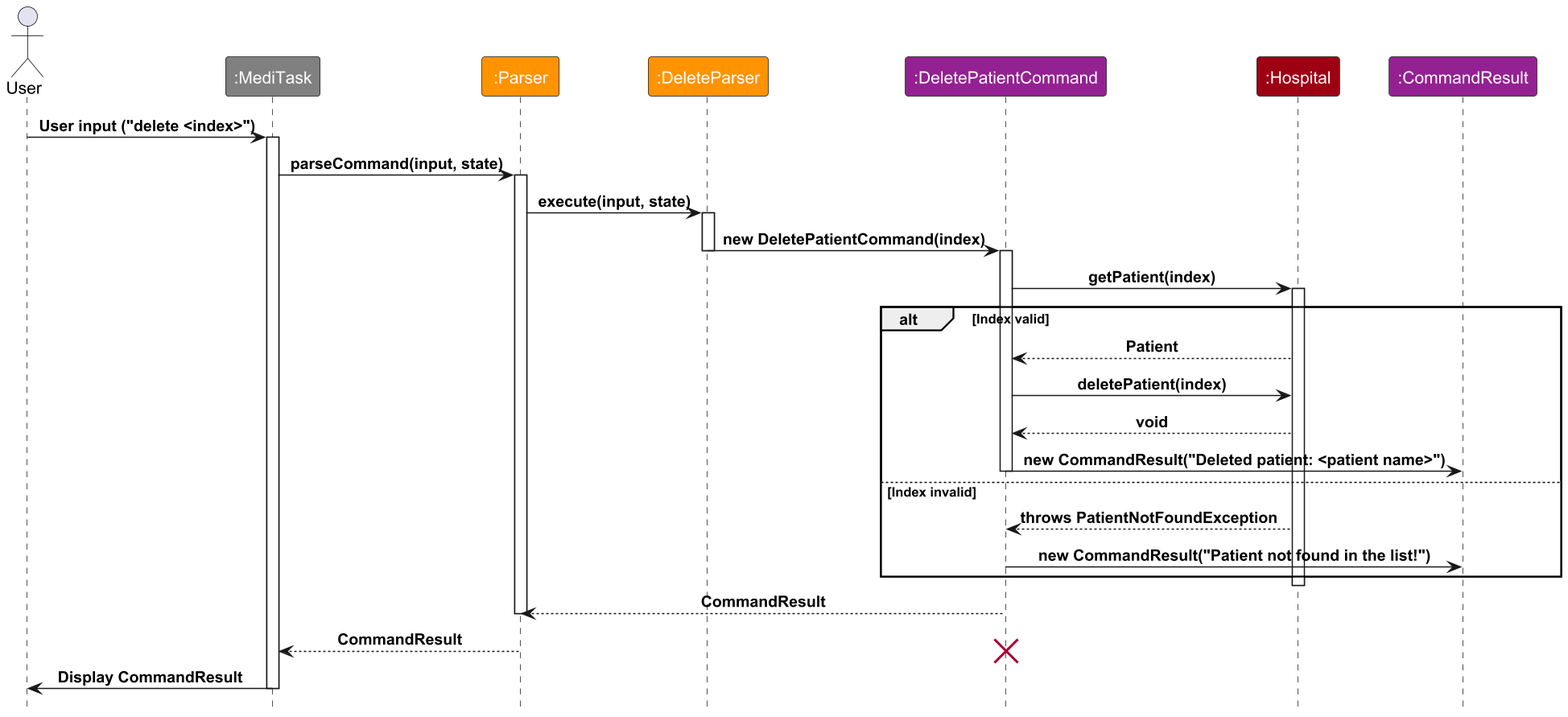
nus-cs2113-AY2425S1/tp keeps this PlantUML diagram as docs/images/DeletePatientSequenceDiagram.png. Above is the earlier version. The source it was exported from:
```plantuml
@startuml

!include style.puml
skinparam ArrowFormatStyle plain

scale 1.5

actor User
participant ":MediTask" as MediTask MAIN_COLOR
participant ":Parser" as Parser PARSER_COLOR
participant ":DeleteParser" as DeleteParser PARSER_COLOR
participant ":DeletePatientCommand" as DeletePatientCommand COMMAND_COLOR
participant ":Hospital" as Hospital DATA_COLOR
participant ":CommandResult" as CommandResult COMMAND_COLOR

User -> MediTask : User input ("delete <index>")
activate MediTask

MediTask -> Parser : parseCommand(input, state)
activate Parser

Parser -> DeleteParser : execute(input, state)
activate DeleteParser

DeleteParser -> DeletePatientCommand : new DeletePatientCommand(index)
deactivate DeleteParser
activate DeletePatientCommand

DeletePatientCommand -> Hospital : getPatient(index)
activate Hospital

alt Index valid
    Hospital --> DeletePatientCommand : Patient
    DeletePatientCommand -> Hospital : deletePatient(index)
    Hospital --> DeletePatientCommand : void

    DeletePatientCommand -> CommandResult : new CommandResult("Deleted patient: <patient name>")
    deactivate DeletePatientCommand
else Index invalid
    Hospital --> DeletePatientCommand : throws PatientNotFoundException
    DeletePatientCommand -> CommandResult : new CommandResult("Patient not found in the list!")
    deactivate DeletePatientCommand
end

deactivate Hospital

Parser <-- DeletePatientCommand : CommandResult
deactivate Parser

MediTask <-- Parser : CommandResult
destroy DeletePatientCommand
MediTask -> User : Display CommandResult

deactivate MediTask

@enduml
```
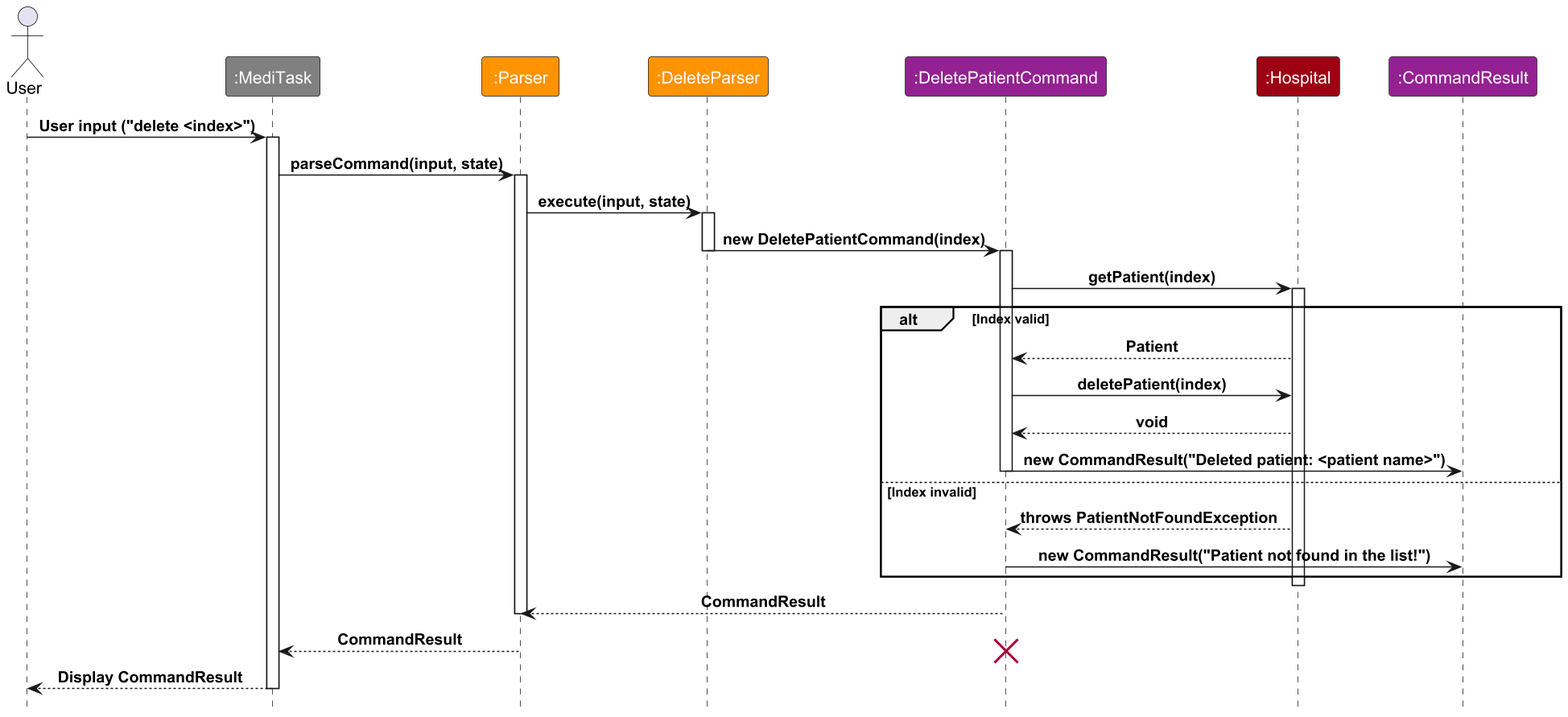
The same file after the commit.

Commit message:
Fix return arrow for delete command

Changes made:
* Changed standard arrow to dotted arrows for all return arrows

These updates enhance readability,making the diagrams more intuitive
for users to read.

The edit, as a diff of the source:
```diff
@@ -49,7 +49,7 @@
 
 MediTask <-- Parser : CommandResult
 destroy DeletePatientCommand
-MediTask -> User : Display CommandResult
+MediTask --> User : Display CommandResult
 
 deactivate MediTask
 
```
